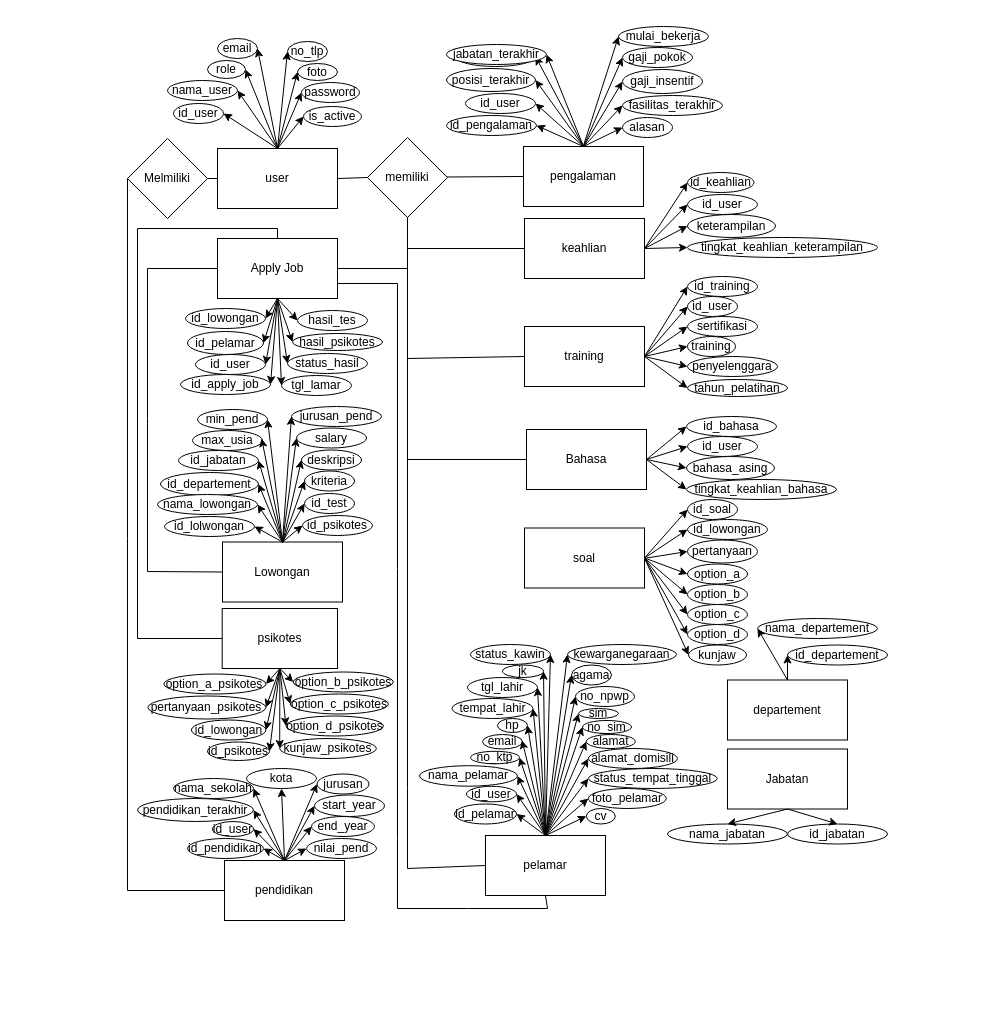
The draw.io diagram page "ERD" (5 of 5) of Diagram Tanpa Judul.drawio in aybe438/aybe438, before the edit. Source tidied: cells renumbered, new cells numbered last; positions are measured from the earlier drawing's top-left corner, leaving out a move shared by most shapes. Both pictures are drawn from the tidied source at 100%, with x=0, y=0 at pixel (17, 17).
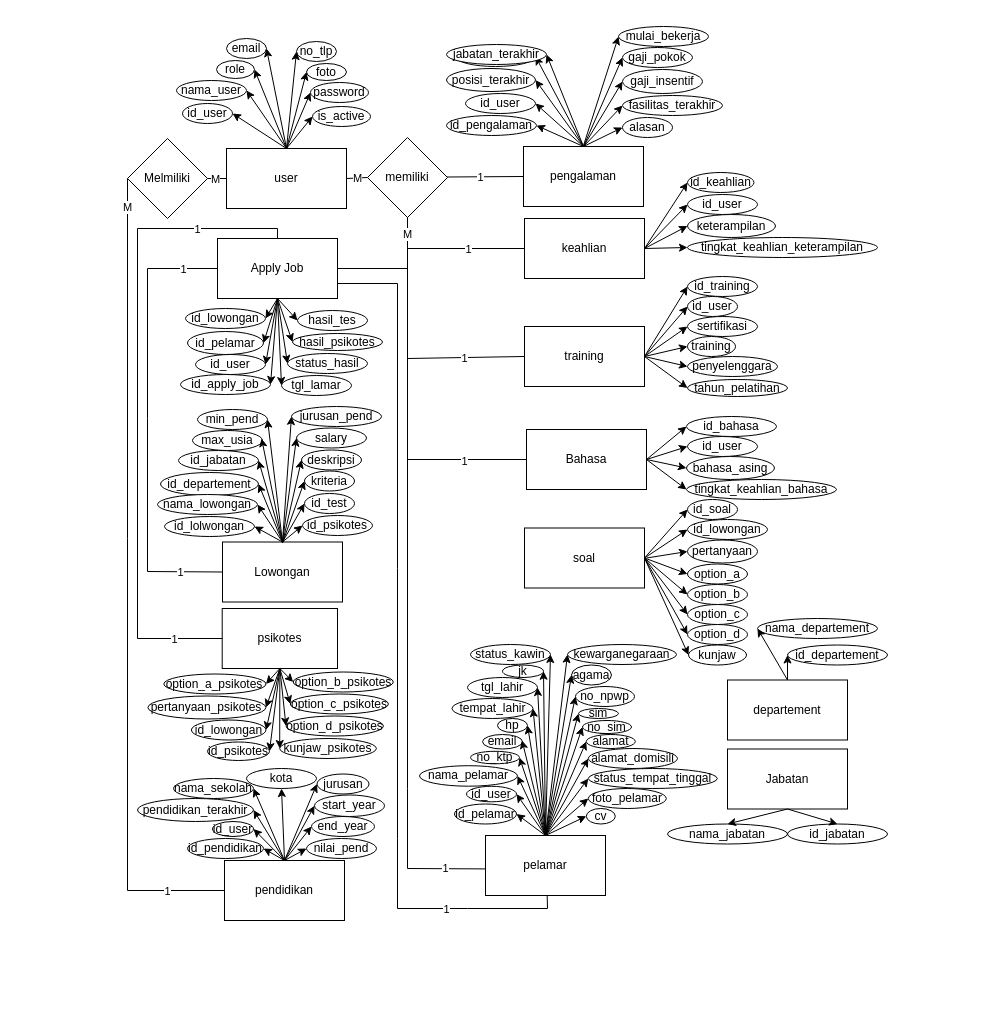
After the change.

Unchanged cells that the change refers to:
```xml
<mxCell id="2" style="group;" parent="1" vertex="1">
  <mxGeometry width="963" height="979" as="geometry" />
</mxCell>
<mxCell id="52" style="endArrow=none;html=1;rounded=0;exitX=1;exitY=0.5;exitDx=0;exitDy=0;entryX=0;entryY=0.5;entryDx=0;entryDy=0;" parent="32" edge="1" target="33">
  <mxGeometry relative="1" as="geometry">
    <mxPoint y="159.5" as="sourcePoint" />
  </mxGeometry>
</mxCell>
<mxCell id="101" style="group;" parent="2" vertex="1">
  <mxGeometry x="90" y="21" width="420" height="180" as="geometry" />
</mxCell>
<mxCell id="119" value="memiliki" style="rhombus;whiteSpace=wrap;html=1;" parent="101" vertex="1">
  <mxGeometry x="260" y="99" width="80" height="80" as="geometry" />
</mxCell>
<mxCell id="120" style="endArrow=none;html=1;rounded=0;exitX=1;exitY=0.5;exitDx=0;exitDy=0;entryX=0;entryY=0.5;entryDx=0;entryDy=0;" parent="101" edge="1" source="102" target="119">
  <mxGeometry relative="1" as="geometry" />
</mxCell>
<mxCell id="122" style="endArrow=none;html=1;rounded=0;entryX=0;entryY=0.5;entryDx=0;entryDy=0;exitX=1;exitY=0.5;exitDx=0;exitDy=0;" parent="101" edge="1" source="121" target="102">
  <mxGeometry relative="1" as="geometry" />
</mxCell>
<mxCell id="128" style="endArrow=none;html=1;rounded=0;exitX=0.5;exitY=1;exitDx=0;exitDy=0;entryX=0;entryY=0.5;entryDx=0;entryDy=0;" parent="2" edge="1" source="119" target="124">
  <mxGeometry relative="1" as="geometry">
    <Array as="points">
      <mxPoint x="390" y="231" />
    </Array>
  </mxGeometry>
</mxCell>
<mxCell id="131" style="endArrow=none;html=1;rounded=0;entryX=0.5;entryY=1;entryDx=0;entryDy=0;exitX=0;exitY=0.5;exitDx=0;exitDy=0;" parent="2" edge="1" source="58" target="119">
  <mxGeometry relative="1" as="geometry">
    <Array as="points">
      <mxPoint x="390" y="341" />
    </Array>
  </mxGeometry>
</mxCell>
<mxCell id="132" style="endArrow=none;html=1;rounded=0;exitX=0;exitY=0.5;exitDx=0;exitDy=0;" parent="2" edge="1" source="69">
  <mxGeometry relative="1" as="geometry">
    <mxPoint x="390" y="201" as="targetPoint" />
    <Array as="points">
      <mxPoint x="390" y="442" />
    </Array>
  </mxGeometry>
</mxCell>
<mxCell id="133" value="pelamar" style="rounded=0;whiteSpace=wrap;html=1;" parent="2" vertex="1">
  <mxGeometry x="468" y="818" width="120" height="60" as="geometry" />
</mxCell>
<mxCell id="175" value="Apply Job" style="rounded=0;whiteSpace=wrap;html=1;" parent="2" vertex="1">
  <mxGeometry x="200" y="221" width="120" height="60" as="geometry" />
</mxCell>
<mxCell id="184" style="endArrow=none;html=1;rounded=0;exitX=1;exitY=0.5;exitDx=0;exitDy=0;entryX=0.5;entryY=1;entryDx=0;entryDy=0;" parent="2" edge="1" source="175" target="119">
  <mxGeometry relative="1" as="geometry">
    <Array as="points">
      <mxPoint x="390" y="251" />
    </Array>
  </mxGeometry>
</mxCell>
<mxCell id="211" style="endArrow=none;html=1;rounded=0;entryX=0;entryY=0.5;entryDx=0;entryDy=0;exitX=0;exitY=0.5;exitDx=0;exitDy=0;" parent="2" edge="1" source="186" target="175">
  <mxGeometry relative="1" as="geometry">
    <Array as="points">
      <mxPoint x="130" y="554" />
      <mxPoint x="130" y="401" />
      <mxPoint x="130" y="251" />
    </Array>
  </mxGeometry>
</mxCell>
<mxCell id="212" style="endArrow=none;html=1;rounded=0;entryX=0.5;entryY=0;entryDx=0;entryDy=0;exitX=0;exitY=0.5;exitDx=0;exitDy=0;" parent="2" edge="1" source="84" target="175">
  <mxGeometry relative="1" as="geometry">
    <Array as="points">
      <mxPoint x="120" y="621" />
      <mxPoint x="120" y="211" />
      <mxPoint x="260" y="211" />
    </Array>
  </mxGeometry>
</mxCell>
<mxCell id="213" style="endArrow=none;html=1;rounded=0;entryX=0;entryY=0.5;entryDx=0;entryDy=0;exitX=0;exitY=0.5;exitDx=0;exitDy=0;" parent="2" edge="1" source="13" target="121">
  <mxGeometry relative="1" as="geometry">
    <Array as="points">
      <mxPoint x="110" y="873" />
      <mxPoint x="110" y="521" />
    </Array>
  </mxGeometry>
</mxCell>
```

Change to the diagram source:
```diff
@@
+    <mxCell id="239" value="1" style="edgeLabel;html=1;align=center;verticalAlign=middle;" parent="52" vertex="1">
+      <mxGeometry x="-0.07" y="-2" relative="1" as="geometry">
+        <mxPoint x="-3" y="-2" as="offset" />
+      </mxGeometry>
+    </mxCell>
@@
     <mxCell id="102" value="user" style="rounded=0;whiteSpace=wrap;html=1;" parent="101" vertex="1">
-      <mxGeometry x="110" y="110" width="120" height="60" as="geometry" />
+      <mxGeometry x="119" y="110" width="120" height="60" as="geometry" />
     </mxCell>
     <mxCell id="103" value="id_user" style="ellipse;whiteSpace=wrap;html=1;" parent="101" vertex="1">
-      <mxGeometry x="66" y="65" width="50" height="20" as="geometry" />
+      <mxGeometry x="75" y="65" width="50" height="20" as="geometry" />
     </mxCell>
     <mxCell id="104" value="no_tlp" style="ellipse;whiteSpace=wrap;html=1;" parent="101" vertex="1">
-      <mxGeometry x="180" y="3" width="40" height="20" as="geometry" />
+      <mxGeometry x="189" y="3" width="40" height="20" as="geometry" />
     </mxCell>
     <mxCell id="105" value="email" style="ellipse;whiteSpace=wrap;html=1;" parent="101" vertex="1">
-      <mxGeometry x="110" width="40" height="20" as="geometry" />
+      <mxGeometry x="119" width="40" height="20" as="geometry" />
     </mxCell>
     <mxCell id="106" value="role" style="ellipse;whiteSpace=wrap;html=1;" parent="101" vertex="1">
-      <mxGeometry x="100" y="22" width="38" height="18" as="geometry" />
+      <mxGeometry x="109" y="22" width="38" height="18" as="geometry" />
     </mxCell>
     <mxCell id="107" value="nama_user" style="ellipse;whiteSpace=wrap;html=1;" parent="101" vertex="1">
-      <mxGeometry x="60" y="42" width="70" height="20" as="geometry" />
+      <mxGeometry x="69" y="42" width="70" height="20" as="geometry" />
     </mxCell>
     <mxCell id="108" value="foto" style="ellipse;whiteSpace=wrap;html=1;" parent="101" vertex="1">
-      <mxGeometry x="190" y="25" width="40" height="17" as="geometry" />
+      <mxGeometry x="199" y="25" width="40" height="17" as="geometry" />
     </mxCell>
     <mxCell id="109" value="password" style="ellipse;whiteSpace=wrap;html=1;" parent="101" vertex="1">
-      <mxGeometry x="194" y="44" width="58" height="20" as="geometry" />
+      <mxGeometry x="203" y="44" width="58" height="20" as="geometry" />
     </mxCell>
     <mxCell id="110" value="is_active" style="ellipse;whiteSpace=wrap;html=1;" parent="101" vertex="1">
-      <mxGeometry x="196" y="68" width="58" height="20" as="geometry" />
+      <mxGeometry x="205" y="68" width="58" height="20" as="geometry" />
     </mxCell>
@@
+    <mxCell id="240" value="M" style="edgeLabel;html=1;align=center;verticalAlign=middle;" parent="120" vertex="1">
+      <mxGeometry x="0.19" y="-3" relative="1" as="geometry">
+        <mxPoint x="-3" y="-3" as="offset" />
+      </mxGeometry>
+    </mxCell>
@@
+    <mxCell id="241" value="M" style="edgeLabel;html=1;align=center;verticalAlign=middle;" parent="122" vertex="1">
+      <mxGeometry x="-0.24" relative="1" as="geometry" />
+    </mxCell>
@@
+    <mxCell id="242" value="1" style="edgeLabel;html=1;align=center;verticalAlign=middle;" parent="128" vertex="1">
+      <mxGeometry x="0.23" relative="1" as="geometry" />
+    </mxCell>
@@
+    <mxCell id="243" value="1" style="edgeLabel;html=1;align=center;verticalAlign=middle;" parent="131" vertex="1">
+      <mxGeometry x="-0.53" relative="1" as="geometry" />
+    </mxCell>
@@
+    <mxCell id="244" value="1" style="edgeLabel;html=1;align=center;verticalAlign=middle;" parent="132" vertex="1">
+      <mxGeometry x="-0.65" y="1" relative="1" as="geometry" />
+    </mxCell>
@@
-    <mxCell id="174" style="endArrow=none;html=1;rounded=0;entryX=0.5;entryY=1;entryDx=0;entryDy=0;exitX=0;exitY=0.5;exitDx=0;exitDy=0;" parent="2" edge="1" source="133" target="119">
+    <mxCell id="174" style="endArrow=none;html=1;rounded=0;entryX=0.5;entryY=1;entryDx=0;entryDy=0;exitX=-0.004;exitY=0.557;exitDx=0;exitDy=0;exitPerimeter=0;" parent="2" edge="1" source="133" target="119">
       <mxGeometry relative="1" as="geometry">
         <Array as="points">
           <mxPoint x="390" y="851" />
           <mxPoint x="390" y="771" />
         </Array>
       </mxGeometry>
     </mxCell>
+    <mxCell id="245" value="1" style="edgeLabel;html=1;align=center;verticalAlign=middle;" parent="174" vertex="1">
+      <mxGeometry x="-0.89" y="-1" relative="1" as="geometry" />
+    </mxCell>
@@
+    <mxCell id="246" value="M" style="edgeLabel;html=1;align=center;verticalAlign=middle;" parent="184" vertex="1">
+      <mxGeometry x="0.73" y="1" relative="1" as="geometry" />
+    </mxCell>
-    <mxCell id="185" style="endArrow=none;html=1;rounded=0;exitX=1;exitY=0.75;exitDx=0;exitDy=0;entryX=0.5;entryY=1;entryDx=0;entryDy=0;" parent="2" edge="1" source="175" target="133">
+    <mxCell id="185" style="endArrow=none;html=1;rounded=0;exitX=1;exitY=0.75;exitDx=0;exitDy=0;entryX=0.514;entryY=1.006;entryDx=0;entryDy=0;entryPerimeter=0;" parent="2" edge="1" source="175" target="133">
       <mxGeometry relative="1" as="geometry">
         <Array as="points">
           <mxPoint x="380" y="266" />
           <mxPoint x="380" y="551" />
           <mxPoint x="380" y="821" />
           <mxPoint x="380" y="891" />
           <mxPoint x="450" y="891" />
           <mxPoint x="530" y="891" />
         </Array>
       </mxGeometry>
     </mxCell>
+    <mxCell id="247" value="1" style="edgeLabel;html=1;align=center;verticalAlign=middle;" parent="185" vertex="1">
+      <mxGeometry x="0.73" relative="1" as="geometry" />
+    </mxCell>
@@
+    <mxCell id="248" value="1" style="edgeLabel;html=1;align=center;verticalAlign=middle;" parent="211" vertex="1">
+      <mxGeometry x="-0.81" relative="1" as="geometry" />
+    </mxCell>
+    <mxCell id="249" value="1" style="edgeLabel;html=1;align=center;verticalAlign=middle;" parent="211" vertex="1">
+      <mxGeometry x="0.85" relative="1" as="geometry" />
+    </mxCell>
@@
+    <mxCell id="250" value="1" style="edgeLabel;html=1;align=center;verticalAlign=middle;" parent="212" vertex="1">
+      <mxGeometry x="-0.85" relative="1" as="geometry" />
+    </mxCell>
+    <mxCell id="251" value="1" style="edgeLabel;html=1;align=center;verticalAlign=middle;" parent="212" vertex="1">
+      <mxGeometry x="0.72" relative="1" as="geometry" />
+    </mxCell>
@@
+    <mxCell id="252" value="1" style="edgeLabel;html=1;align=center;verticalAlign=middle;" parent="213" vertex="1">
+      <mxGeometry x="-0.92" y="-2" relative="1" as="geometry">
+        <mxPoint x="-26" y="2" as="offset" />
+      </mxGeometry>
+    </mxCell>
+    <mxCell id="253" value="M" style="edgeLabel;html=1;align=center;verticalAlign=middle;" parent="213" vertex="1">
+      <mxGeometry x="0.93" y="1" relative="1" as="geometry" />
+    </mxCell>
```
